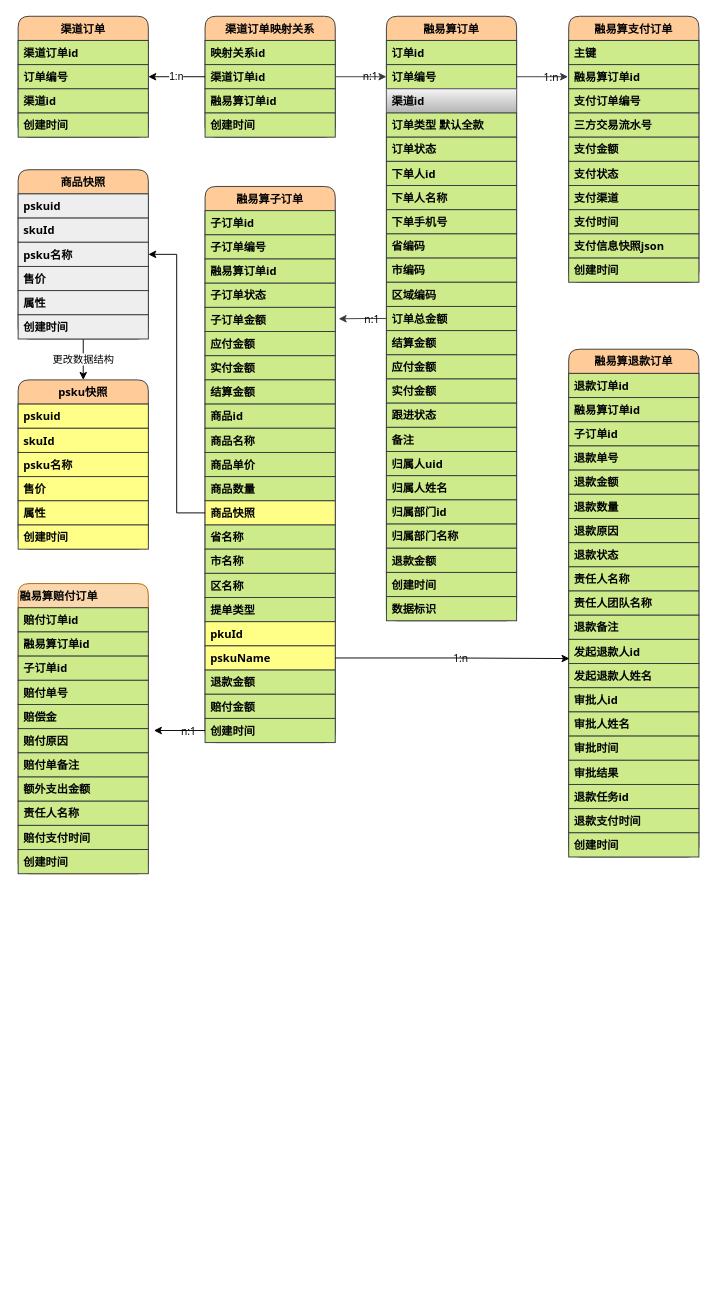
Above: 鹊桥接入商品3.0数据模型.drawio in zhaoershuang/flow-chart (draw.io), before the change. Source tidied: cells renumbered, new cells numbered last; positions are measured from the earlier drawing's top-left corner, leaving out a move shared by most shapes. Both pictures are drawn from the tidied source at 93%, with x=0, y=0 at pixel (18, 16).
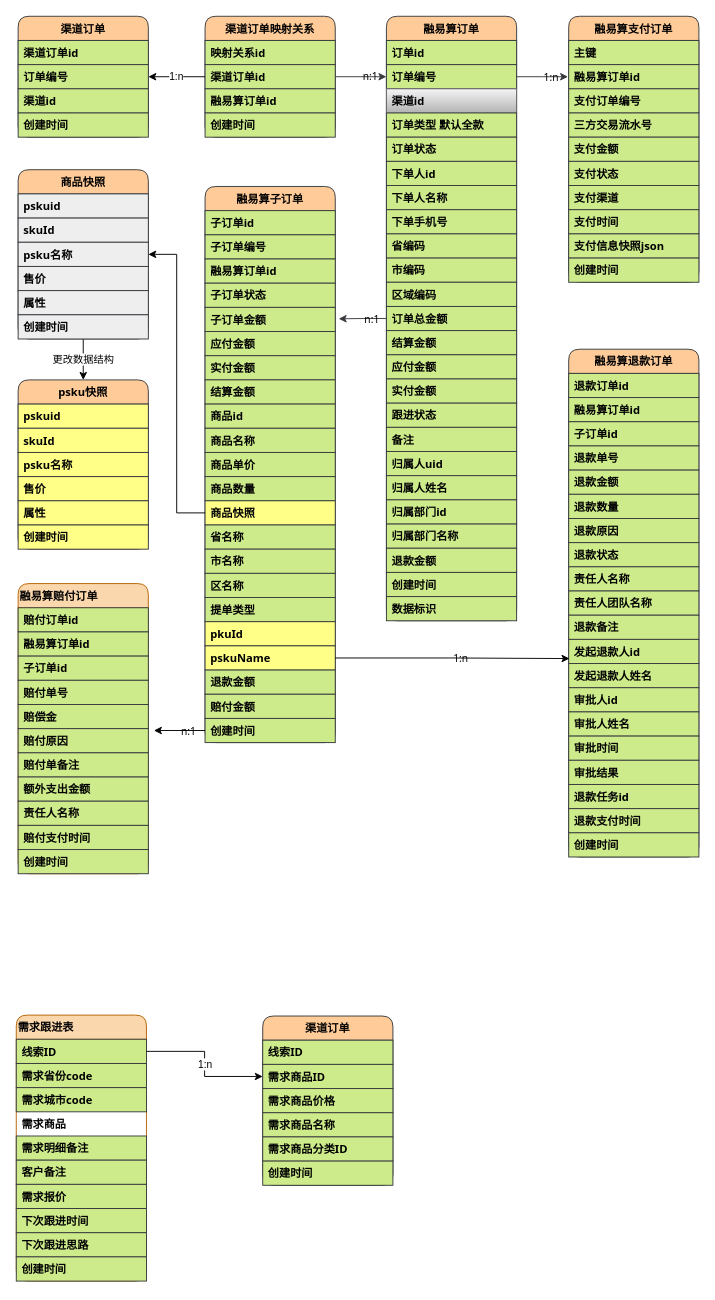
The same page after the edit.

Commit message:
Update 鹊桥接入商品3.0数据模型.drawio

Diff of the diagram source:
```diff
@@
+    <mxCell id="126" value="需求跟进表" style="swimlane;fontStyle=1;horizontal=1;startSize=26;rounded=1;fontFamily=Tahoma;fillColor=#fad7ac;strokeColor=#b46504;align=left;labelBackgroundColor=none;labelBorderColor=none;shadow=0;" parent="1" vertex="1">
+      <mxGeometry x="-2" y="1074" width="140" height="286" as="geometry" />
+    </mxCell>
+    <mxCell id="127" value="线索ID" style="text;align=left;verticalAlign=top;spacingLeft=4;spacingRight=4;overflow=hidden;points=[[0,0.5],[1,0.5]];portConstraint=eastwest;fontStyle=1;fontFamily=Tahoma;fillColor=#cdeb8b;strokeColor=#36393d;labelBackgroundColor=none;labelBorderColor=none;shadow=0;" parent="126" vertex="1">
+      <mxGeometry y="26" width="140" height="26" as="geometry" />
+    </mxCell>
+    <mxCell id="128" value="需求省份code" style="text;align=left;verticalAlign=top;spacingLeft=4;spacingRight=4;overflow=hidden;fontStyle=1;fontFamily=Tahoma;fillColor=#cdeb8b;strokeColor=#36393d;labelBackgroundColor=none;labelBorderColor=none;shadow=0;" parent="126" vertex="1">
+      <mxGeometry y="52" width="140" height="26" as="geometry" />
+    </mxCell>
+    <mxCell id="129" value="需求城市code" style="text;align=left;verticalAlign=top;spacingLeft=4;spacingRight=4;overflow=hidden;fontStyle=1;fontFamily=Tahoma;fillColor=#cdeb8b;strokeColor=#36393d;labelBackgroundColor=none;labelBorderColor=none;shadow=0;" parent="126" vertex="1">
+      <mxGeometry y="78" width="140" height="26" as="geometry" />
+    </mxCell>
+    <mxCell id="130" value="需求商品" style="text;align=left;verticalAlign=top;spacingLeft=4;spacingRight=4;overflow=hidden;fontStyle=1;fontFamily=Tahoma;labelBackgroundColor=none;labelBorderColor=none;shadow=0;" parent="126" vertex="1">
+      <mxGeometry y="104" width="140" height="26" as="geometry" />
+    </mxCell>
+    <mxCell id="131" value="需求明细备注" style="text;align=left;verticalAlign=top;spacingLeft=4;spacingRight=4;overflow=hidden;fontStyle=1;fontFamily=Tahoma;fillColor=#cdeb8b;strokeColor=#36393d;labelBackgroundColor=none;labelBorderColor=none;shadow=0;" parent="126" vertex="1">
+      <mxGeometry y="130" width="140" height="26" as="geometry" />
+    </mxCell>
+    <mxCell id="132" value="客户备注" style="text;align=left;verticalAlign=top;spacingLeft=4;spacingRight=4;overflow=hidden;fontStyle=1;fontFamily=Tahoma;fillColor=#cdeb8b;strokeColor=#36393d;labelBackgroundColor=none;labelBorderColor=none;shadow=0;" parent="126" vertex="1">
+      <mxGeometry y="156" width="140" height="26" as="geometry" />
+    </mxCell>
+    <mxCell id="133" value="需求报价" style="text;align=left;verticalAlign=top;spacingLeft=4;spacingRight=4;overflow=hidden;fontStyle=1;fontFamily=Tahoma;fillColor=#cdeb8b;strokeColor=#36393d;labelBackgroundColor=none;labelBorderColor=none;shadow=0;" parent="126" vertex="1">
+      <mxGeometry y="182" width="140" height="26" as="geometry" />
+    </mxCell>
+    <mxCell id="134" value="下次跟进时间" style="text;align=left;verticalAlign=top;spacingLeft=4;spacingRight=4;overflow=hidden;fontStyle=1;fontFamily=Tahoma;fillColor=#cdeb8b;strokeColor=#36393d;labelBackgroundColor=none;labelBorderColor=none;shadow=0;" parent="126" vertex="1">
+      <mxGeometry y="208" width="140" height="26" as="geometry" />
+    </mxCell>
+    <mxCell id="135" value="下次跟进思路" style="text;align=left;verticalAlign=top;spacingLeft=4;spacingRight=4;overflow=hidden;fontStyle=1;fontFamily=Tahoma;fillColor=#cdeb8b;strokeColor=#36393d;labelBackgroundColor=none;labelBorderColor=none;shadow=0;" parent="126" vertex="1">
+      <mxGeometry y="234" width="140" height="26" as="geometry" />
+    </mxCell>
+    <mxCell id="136" value="创建时间" style="text;align=left;verticalAlign=top;spacingLeft=4;spacingRight=4;overflow=hidden;fontStyle=1;fontFamily=Tahoma;fillColor=#cdeb8b;strokeColor=#36393d;labelBackgroundColor=none;labelBorderColor=none;shadow=0;" parent="126" vertex="1">
+      <mxGeometry y="260" width="140" height="26" as="geometry" />
+    </mxCell>
+    <mxCell id="137" value="渠道订单" style="swimlane;fontStyle=1;horizontal=1;startSize=26;rounded=1;sketch=0;swimlaneFillColor=none;fontFamily=Tahoma;fillColor=#ffcc99;strokeColor=#36393d;" parent="1" vertex="1">
+      <mxGeometry x="263" y="1075" width="140" height="182" as="geometry" />
+    </mxCell>
+    <mxCell id="138" value="线索ID" style="text;align=left;verticalAlign=top;spacingLeft=4;spacingRight=4;overflow=hidden;fontStyle=1;fontFamily=Tahoma;fillColor=#cdeb8b;strokeColor=#36393d;" parent="137" vertex="1">
+      <mxGeometry y="26" width="140" height="26" as="geometry" />
+    </mxCell>
+    <mxCell id="139" value="需求商品ID" style="text;align=left;verticalAlign=top;spacingLeft=4;spacingRight=4;overflow=hidden;points=[[0,0.5],[1,0.5]];portConstraint=eastwest;fontStyle=1;fontFamily=Tahoma;fillColor=#cdeb8b;strokeColor=#36393d;" parent="137" vertex="1">
+      <mxGeometry y="52" width="140" height="26" as="geometry" />
+    </mxCell>
+    <mxCell id="140" value="需求商品价格" style="text;align=left;verticalAlign=top;spacingLeft=4;spacingRight=4;overflow=hidden;fontStyle=1;fontFamily=Tahoma;fillColor=#cdeb8b;strokeColor=#36393d;" parent="137" vertex="1">
+      <mxGeometry y="78" width="140" height="26" as="geometry" />
+    </mxCell>
+    <mxCell id="141" value="需求商品名称" style="text;align=left;verticalAlign=top;spacingLeft=4;spacingRight=4;overflow=hidden;fontStyle=1;fontFamily=Tahoma;fillColor=#cdeb8b;strokeColor=#36393d;" parent="137" vertex="1">
+      <mxGeometry y="104" width="140" height="26" as="geometry" />
+    </mxCell>
+    <mxCell id="142" value="需求商品分类ID" style="text;align=left;verticalAlign=top;spacingLeft=4;spacingRight=4;overflow=hidden;fontStyle=1;fontFamily=Tahoma;fillColor=#cdeb8b;strokeColor=#36393d;" parent="137" vertex="1">
+      <mxGeometry y="130" width="140" height="26" as="geometry" />
+    </mxCell>
+    <mxCell id="143" value="创建时间" style="text;align=left;verticalAlign=top;spacingLeft=4;spacingRight=4;overflow=hidden;fontStyle=1;fontFamily=Tahoma;fillColor=#cdeb8b;strokeColor=#36393d;" parent="137" vertex="1">
+      <mxGeometry y="156" width="140" height="26" as="geometry" />
+    </mxCell>
+    <mxCell id="144" value="1:n" style="edgeStyle=orthogonalEdgeStyle;rounded=0;jettySize=auto;html=1;exitX=1;exitY=0.5;exitDx=0;exitDy=0;entryX=0;entryY=0.5;entryDx=0;entryDy=0;" parent="1" edge="1" source="127" target="139">
+      <mxGeometry relative="1" as="geometry" />
+    </mxCell>
```
